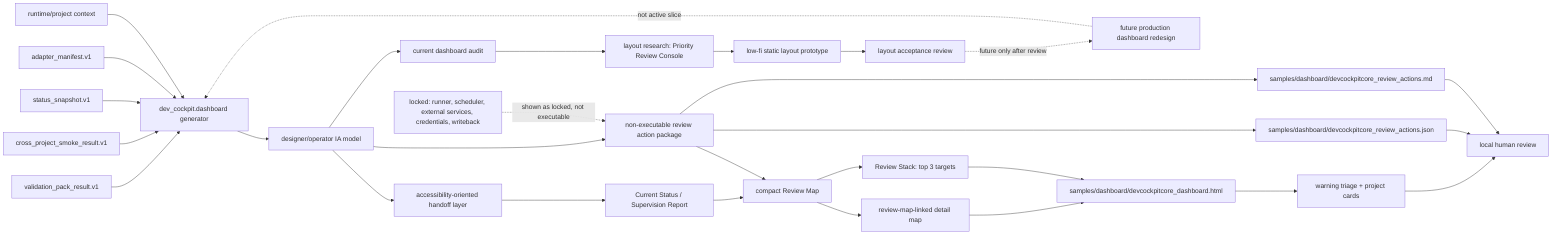
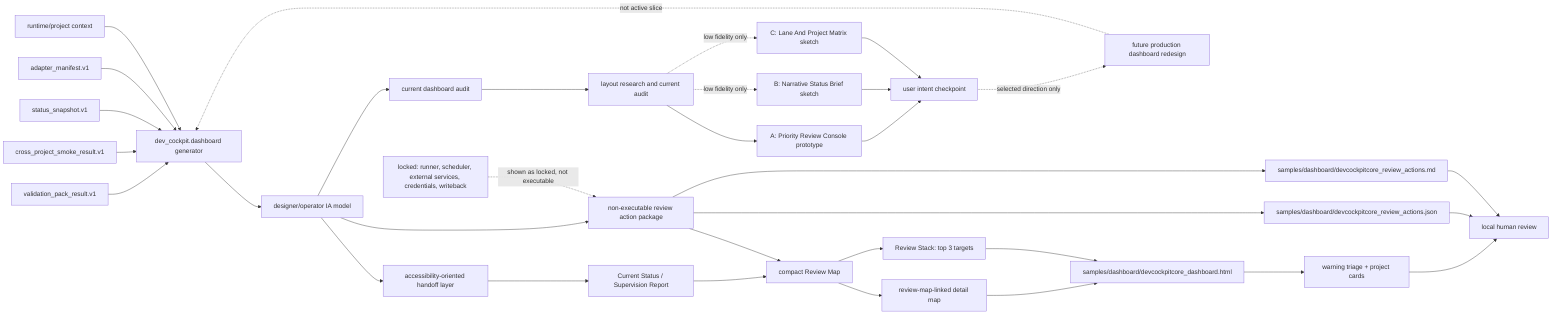
flowchart LR
    VP["validation_pack_result.v1"]
    SM["cross_project_smoke_result.v1"]
    SS["status_snapshot.v1"]
    AD["adapter_manifest.v1"]
    RT["runtime/project context"]
    GEN["dev_cockpit.dashboard generator"]
    IA["designer/operator IA model"]
    AUDIT["current dashboard audit"]
-     RESEARCH["layout research: Priority Review Console"]
-     PROTO["low-fi static layout prototype"]
-     ACCEPT["layout acceptance review"]
+     RESEARCH["layout research and current audit"]
+     OPTION_A["A: Priority Review Console prototype"]
+     OPTION_B["B: Narrative Status Brief sketch"]
+     OPTION_C["C: Lane And Project Matrix sketch"]
+     INTENT["user intent checkpoint"]
    REDESIGN["future production dashboard redesign"]
    ACT["non-executable review action package"]
    A11Y["accessibility-oriented handoff layer"]
    REPORT["Current Status / Supervision Report"]
    MAP["compact Review Map"]
    STACK["Review Stack: top 3 targets"]
    DETAIL["review-map-linked detail map"]
    HTML["samples/dashboard/devcockpitcore_dashboard.html"]
    JSON["samples/dashboard/devcockpitcore_review_actions.json"]
    MD["samples/dashboard/devcockpitcore_review_actions.md"]
    TRIAGE["warning triage + project cards"]
    REVIEW["local human review"]

    VP --> GEN
    SM --> GEN
    SS --> GEN
    AD --> GEN
    RT --> GEN
    GEN --> IA
    IA --> AUDIT
    AUDIT --> RESEARCH
-     RESEARCH --> PROTO
-     PROTO --> ACCEPT
-     ACCEPT -. "future only after review" .-> REDESIGN
+     RESEARCH --> OPTION_A
+     RESEARCH -. "low fidelity only" .-> OPTION_B
+     RESEARCH -. "low fidelity only" .-> OPTION_C
+     OPTION_A --> INTENT
+     OPTION_B --> INTENT
+     OPTION_C --> INTENT
+     INTENT -. "selected direction only" .-> REDESIGN
    REDESIGN -. "not active slice" .-> GEN
    IA --> ACT
    IA --> A11Y
    A11Y --> REPORT
    REPORT --> MAP
    MAP --> STACK
    MAP --> DETAIL
    DETAIL --> HTML
    STACK --> HTML
    ACT --> JSON
    ACT --> MD
    ACT --> MAP
    HTML --> TRIAGE
    TRIAGE --> REVIEW
    JSON --> REVIEW
    MD --> REVIEW

    LOCK["locked: runner, scheduler, external services, credentials, writeback"]
    LOCK -. "shown as locked, not executable" .-> ACT
